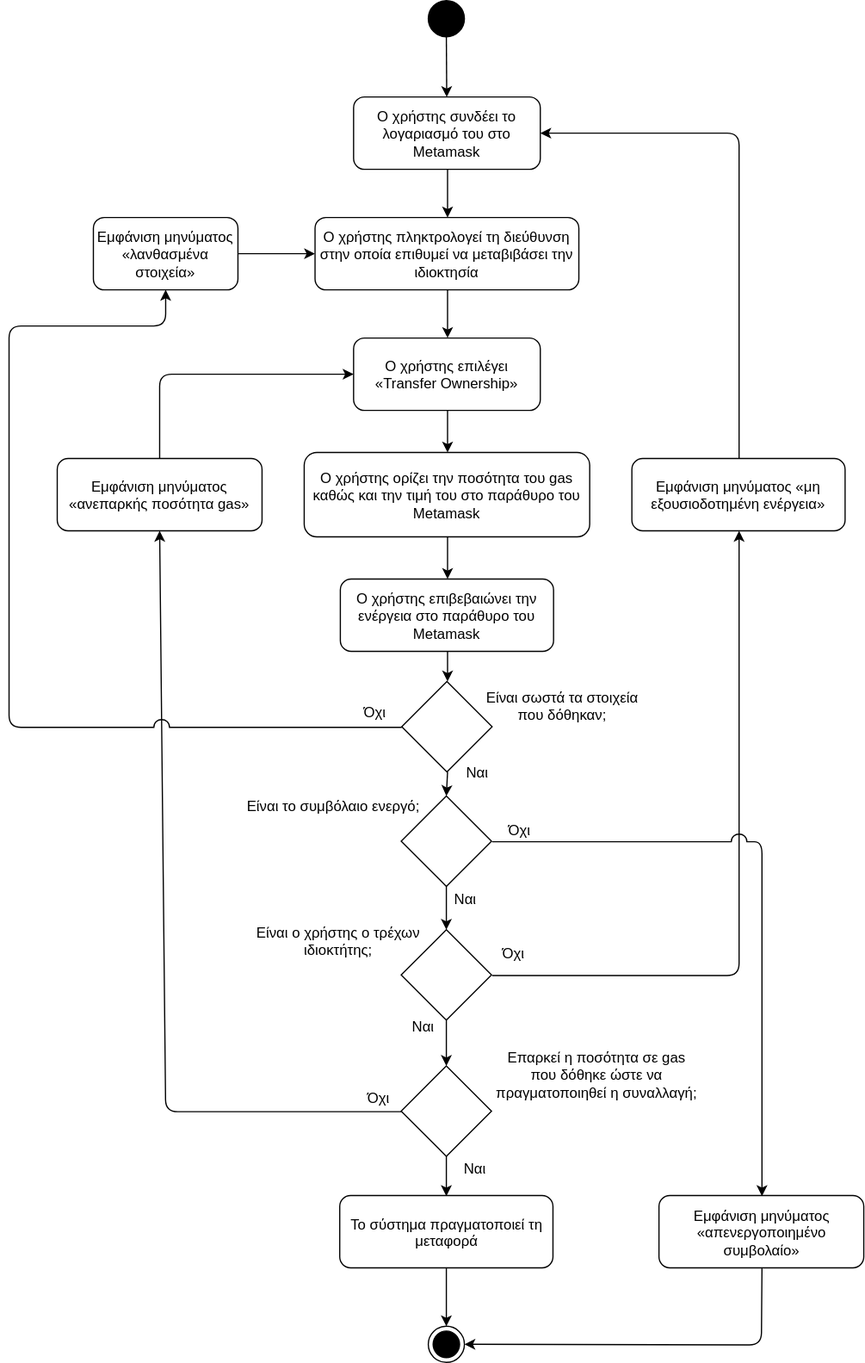
Above: diagrams/TransferOwnership/TransferOwnership.svg in gkamtzir/Ethereum-ICO-Diploma-Thesis (draw.io), before the change. Source tidied: cells renumbered, new cells last; positions are measured from the earlier drawing's top-left corner, leaving out a move shared by most shapes. Its diagram source:
```xml
<mxGraphModel background="#ffffff">
  <root>
    <mxCell id="0" />
    <mxCell id="1" parent="0" />
    <mxCell id="2" style="ellipse;whiteSpace=wrap;html=1;fillColor=#000000;gradientColor=none;" parent="1" vertex="1">
      <mxGeometry x="348" width="30" height="30" as="geometry" />
    </mxCell>
    <mxCell id="3" value="Ο χρήστης συνδέει το λογαριασμό του στο Metamask" style="rounded=1;whiteSpace=wrap;html=1;fillColor=#ffffff;gradientColor=none;" parent="1" vertex="1">
      <mxGeometry x="286" y="80" width="155" height="60" as="geometry" />
    </mxCell>
    <mxCell id="4" value="Ο χρήστης πληκτρολογεί τη διεύθυνση στην οποία επιθυμεί να μεταβιβάσει την ιδιοκτησία" style="rounded=1;whiteSpace=wrap;html=1;fillColor=#ffffff;gradientColor=none;" parent="1" vertex="1">
      <mxGeometry x="254" y="180" width="219" height="60" as="geometry" />
    </mxCell>
    <mxCell id="5" value="Ο χρήστης επιλέγει «Transfer Ownership»" style="rounded=1;whiteSpace=wrap;html=1;fillColor=#ffffff;gradientColor=none;" parent="1" vertex="1">
      <mxGeometry x="286" y="280" width="155" height="60" as="geometry" />
    </mxCell>
    <mxCell id="6" value="Ο χρήστης ορίζει την ποσότητα του gas καθώς και την τιμή του στο παράθυρο του Metamask" style="rounded=1;whiteSpace=wrap;html=1;fillColor=#ffffff;gradientColor=none;" parent="1" vertex="1">
      <mxGeometry x="245" y="375" width="237" height="70" as="geometry" />
    </mxCell>
    <mxCell id="7" value="Ο χρήστης επιβεβαιώνει την ενέργεια στο παράθυρο του Metamask" style="rounded=1;whiteSpace=wrap;html=1;fillColor=#ffffff;gradientColor=none;" parent="1" vertex="1">
      <mxGeometry x="275" y="480" width="177" height="60" as="geometry" />
    </mxCell>
    <mxCell id="8" style="rhombus;whiteSpace=wrap;html=1;" parent="1" vertex="1">
      <mxGeometry x="325.5" y="660" width="75" height="75" as="geometry" />
    </mxCell>
    <mxCell id="9" value="Είναι ο χρήστης ο τρέχων ιδιοκτήτης;" style="text;html=1;strokeColor=none;fillColor=none;align=center;verticalAlign=middle;whiteSpace=wrap;rounded=0;" parent="1" vertex="1">
      <mxGeometry x="184" y="760" width="179" height="40" as="geometry" />
    </mxCell>
    <mxCell id="10" value="Ναι" style="text;html=1;strokeColor=none;fillColor=none;align=center;verticalAlign=middle;whiteSpace=wrap;rounded=0;" parent="1" vertex="1">
      <mxGeometry x="357.5" y="735" width="40" height="20" as="geometry" />
    </mxCell>
    <mxCell id="11" value="Όχι" style="text;html=1;strokeColor=none;fillColor=none;align=center;verticalAlign=middle;whiteSpace=wrap;rounded=0;" parent="1" vertex="1">
      <mxGeometry x="402.5" y="677.5" width="40" height="20" as="geometry" />
    </mxCell>
    <mxCell id="12" style="rhombus;whiteSpace=wrap;html=1;" parent="1" vertex="1">
      <mxGeometry x="325.5" y="884" width="75" height="75" as="geometry" />
    </mxCell>
    <mxCell id="13" value="Επαρκεί η ποσότητα σε gas που δόθηκε ώστε να πραγματοποιηθεί η συναλλαγή;" style="text;html=1;strokeColor=none;fillColor=none;align=center;verticalAlign=middle;whiteSpace=wrap;rounded=0;" parent="1" vertex="1">
      <mxGeometry x="402.5" y="860.5" width="170" height="60" as="geometry" />
    </mxCell>
    <mxCell id="14" value="Ναι" style="text;html=1;strokeColor=none;fillColor=none;align=center;verticalAlign=middle;whiteSpace=wrap;rounded=0;" parent="1" vertex="1">
      <mxGeometry x="365.5" y="959" width="40" height="20" as="geometry" />
    </mxCell>
    <mxCell id="15" value="Όχι" style="text;html=1;strokeColor=none;fillColor=none;align=center;verticalAlign=middle;whiteSpace=wrap;rounded=0;" parent="1" vertex="1">
      <mxGeometry x="285.5" y="900" width="40" height="20" as="geometry" />
    </mxCell>
    <mxCell id="16" style="endArrow=classic;html=1;exitX=0.5;exitY=1;exitDx=0;exitDy=0;" parent="1" edge="1" source="2" target="3">
      <mxGeometry relative="1" as="geometry" />
    </mxCell>
    <mxCell id="17" value="Εμφάνιση μηνύματος «μη εξουσιοδοτημένη ενέργεια»" style="rounded=1;whiteSpace=wrap;html=1;fillColor=#ffffff;gradientColor=none;" parent="1" vertex="1">
      <mxGeometry x="517" y="380" width="177" height="60" as="geometry" />
    </mxCell>
    <mxCell id="18" value="Εμφάνιση μηνύματος «ανεπαρκής ποσότητα gas»" style="rounded=1;whiteSpace=wrap;html=1;" parent="1" vertex="1">
      <mxGeometry x="40" y="380" width="170" height="60" as="geometry" />
    </mxCell>
    <mxCell id="19" style="endArrow=classic;html=1;exitX=0.5;exitY=1;exitDx=0;exitDy=0;entryX=0.5;entryY=0;entryDx=0;entryDy=0;" parent="1" edge="1" source="3" target="4">
      <mxGeometry relative="1" as="geometry" />
    </mxCell>
    <mxCell id="20" style="endArrow=classic;html=1;exitX=0.5;exitY=1;exitDx=0;exitDy=0;entryX=0.5;entryY=0;entryDx=0;entryDy=0;" parent="1" edge="1" source="4" target="5">
      <mxGeometry relative="1" as="geometry" />
    </mxCell>
    <mxCell id="21" style="endArrow=classic;html=1;exitX=0.5;exitY=1;exitDx=0;exitDy=0;entryX=0.5;entryY=0;entryDx=0;entryDy=0;" parent="1" edge="1" source="5" target="6">
      <mxGeometry relative="1" as="geometry" />
    </mxCell>
    <mxCell id="22" style="endArrow=classic;html=1;exitX=0.5;exitY=1;exitDx=0;exitDy=0;entryX=0.5;entryY=0;entryDx=0;entryDy=0;" parent="1" edge="1" source="6" target="7">
      <mxGeometry relative="1" as="geometry" />
    </mxCell>
    <mxCell id="23" style="endArrow=classic;html=1;exitX=0;exitY=0.5;exitDx=0;exitDy=0;entryX=0.5;entryY=1;entryDx=0;entryDy=0;" parent="1" edge="1" source="12" target="18">
      <mxGeometry relative="1" as="geometry">
        <Array as="points">
          <mxPoint x="130" y="922" />
        </Array>
      </mxGeometry>
    </mxCell>
    <mxCell id="24" style="endArrow=classic;html=1;exitX=0.5;exitY=0;exitDx=0;exitDy=0;entryX=0;entryY=0.5;entryDx=0;entryDy=0;" parent="1" edge="1" source="18" target="5">
      <mxGeometry relative="1" as="geometry">
        <Array as="points">
          <mxPoint x="125" y="310" />
        </Array>
      </mxGeometry>
    </mxCell>
    <mxCell id="25" style="endArrow=classic;html=1;exitX=0.5;exitY=1;exitDx=0;exitDy=0;entryX=0.5;entryY=0;entryDx=0;entryDy=0;" parent="1" edge="1" source="8" target="29">
      <mxGeometry relative="1" as="geometry" />
    </mxCell>
    <mxCell id="26" value="Το σύστημα πραγματοποιεί τη μεταφορά" style="rounded=1;whiteSpace=wrap;html=1;fillColor=#ffffff;gradientColor=none;" parent="1" vertex="1">
      <mxGeometry x="274.5" y="991.5" width="177" height="60" as="geometry" />
    </mxCell>
    <mxCell id="27" style="endArrow=classic;html=1;entryX=0.5;entryY=0;entryDx=0;entryDy=0;exitX=0.5;exitY=1;exitDx=0;exitDy=0;" parent="1" edge="1" source="12" target="26">
      <mxGeometry relative="1" as="geometry" />
    </mxCell>
    <mxCell id="28" style="endArrow=classic;html=1;exitX=0.5;exitY=1;exitDx=0;exitDy=0;entryX=0.5;entryY=0;entryDx=0;entryDy=0;" parent="1" edge="1" source="26" target="48">
      <mxGeometry relative="1" as="geometry" />
    </mxCell>
    <mxCell id="29" style="rhombus;whiteSpace=wrap;html=1;" parent="1" vertex="1">
      <mxGeometry x="325.5" y="771" width="75" height="75" as="geometry" />
    </mxCell>
    <mxCell id="30" style="endArrow=classic;html=1;entryX=0.5;entryY=0;entryDx=0;entryDy=0;exitX=0.5;exitY=1;exitDx=0;exitDy=0;" parent="1" edge="1" source="29" target="12">
      <mxGeometry relative="1" as="geometry" />
    </mxCell>
    <mxCell id="31" value="Είναι το συμβόλαιο ενεργό;" style="text;html=1;strokeColor=none;fillColor=none;align=center;verticalAlign=middle;whiteSpace=wrap;rounded=0;" parent="1" vertex="1">
      <mxGeometry x="178.5" y="647.5" width="179" height="40" as="geometry" />
    </mxCell>
    <mxCell id="32" value="Ναι" style="text;html=1;strokeColor=none;fillColor=none;align=center;verticalAlign=middle;whiteSpace=wrap;rounded=0;" parent="1" vertex="1">
      <mxGeometry x="323" y="840.5" width="40" height="20" as="geometry" />
    </mxCell>
    <mxCell id="33" value="Όχι" style="text;html=1;strokeColor=none;fillColor=none;align=center;verticalAlign=middle;whiteSpace=wrap;rounded=0;" parent="1" vertex="1">
      <mxGeometry x="397.5" y="780" width="40" height="20" as="geometry" />
    </mxCell>
    <mxCell id="34" value="Εμφάνιση μηνύματος «απενεργοποιημένο συμβολαίο»" style="rounded=1;whiteSpace=wrap;html=1;" parent="1" vertex="1">
      <mxGeometry x="539.5" y="991.5" width="170" height="60" as="geometry" />
    </mxCell>
    <mxCell id="35" style="endArrow=classic;html=1;exitX=0.5;exitY=0;exitDx=0;exitDy=0;entryX=1;entryY=0.5;entryDx=0;entryDy=0;" parent="1" edge="1" source="17" target="3">
      <mxGeometry relative="1" as="geometry">
        <Array as="points">
          <mxPoint x="606" y="110" />
        </Array>
      </mxGeometry>
    </mxCell>
    <mxCell id="36" style="endArrow=classic;html=1;exitX=0.5;exitY=1;exitDx=0;exitDy=0;entryX=1;entryY=0.5;entryDx=0;entryDy=0;" parent="1" edge="1" source="34" target="48">
      <mxGeometry relative="1" as="geometry">
        <Array as="points">
          <mxPoint x="624.5" y="1115.5" />
        </Array>
      </mxGeometry>
    </mxCell>
    <mxCell id="37" style="endArrow=classic;html=1;entryX=0.5;entryY=1;entryDx=0;entryDy=0;exitX=1;exitY=0.5;exitDx=0;exitDy=0;" parent="1" edge="1" source="29" target="17">
      <mxGeometry relative="1" as="geometry">
        <Array as="points">
          <mxPoint x="606" y="809" />
        </Array>
      </mxGeometry>
    </mxCell>
    <mxCell id="38" style="endArrow=classic;html=1;exitX=1;exitY=0.5;exitDx=0;exitDy=0;entryX=0.5;entryY=0;entryDx=0;entryDy=0;jumpStyle=arc;jumpSize=13;" parent="1" edge="1" source="8" target="34">
      <mxGeometry relative="1" as="geometry">
        <Array as="points">
          <mxPoint x="625" y="698" />
        </Array>
      </mxGeometry>
    </mxCell>
    <mxCell id="39" style="rhombus;whiteSpace=wrap;html=1;fillColor=#ffffff;gradientColor=none;" parent="1" vertex="1">
      <mxGeometry x="326" y="565" width="75" height="75" as="geometry" />
    </mxCell>
    <mxCell id="40" style="endArrow=classic;html=1;exitX=0.5;exitY=1;exitDx=0;exitDy=0;entryX=0.5;entryY=0;entryDx=0;entryDy=0;" parent="1" edge="1" source="7" target="39">
      <mxGeometry relative="1" as="geometry" />
    </mxCell>
    <mxCell id="41" style="endArrow=classic;html=1;exitX=0.5;exitY=1;exitDx=0;exitDy=0;entryX=0.5;entryY=0;entryDx=0;entryDy=0;" parent="1" edge="1" source="39" target="8">
      <mxGeometry relative="1" as="geometry" />
    </mxCell>
    <mxCell id="42" value="Όχι" style="text;html=1;strokeColor=none;fillColor=none;align=center;verticalAlign=middle;whiteSpace=wrap;rounded=0;" parent="1" vertex="1">
      <mxGeometry x="283" y="580" width="40" height="20" as="geometry" />
    </mxCell>
    <mxCell id="43" value="Ναι" style="text;html=1;strokeColor=none;fillColor=none;align=center;verticalAlign=middle;whiteSpace=wrap;rounded=0;" parent="1" vertex="1">
      <mxGeometry x="367.5" y="630" width="40" height="20" as="geometry" />
    </mxCell>
    <mxCell id="44" value="Εμφάνιση μηνύματος «λανθασμένα στοιχεία»" style="rounded=1;whiteSpace=wrap;html=1;" parent="1" vertex="1">
      <mxGeometry x="70" y="180" width="120" height="60" as="geometry" />
    </mxCell>
    <mxCell id="45" style="endArrow=classic;html=1;exitX=0;exitY=0.5;exitDx=0;exitDy=0;entryX=0.5;entryY=1;entryDx=0;entryDy=0;jumpStyle=arc;jumpSize=13;" parent="1" edge="1" source="39" target="44">
      <mxGeometry relative="1" as="geometry">
        <Array as="points">
          <mxPoint y="603" />
          <mxPoint y="270" />
          <mxPoint x="130" y="270" />
        </Array>
      </mxGeometry>
    </mxCell>
    <mxCell id="46" style="endArrow=classic;html=1;exitX=1;exitY=0.5;exitDx=0;exitDy=0;entryX=0;entryY=0.5;entryDx=0;entryDy=0;" parent="1" edge="1" source="44" target="4">
      <mxGeometry relative="1" as="geometry" />
    </mxCell>
    <mxCell id="47" value="Είναι σωστά τα στοιχεία που δόθηκαν;" style="text;html=1;strokeColor=none;fillColor=none;align=center;verticalAlign=middle;whiteSpace=wrap;rounded=0;" parent="1" vertex="1">
      <mxGeometry x="387.5" y="555" width="143" height="60" as="geometry" />
    </mxCell>
    <mxCell id="48" style="ellipse;html=1;shape=endState;fillColor=#000000;strokeColor=#000000;" parent="1" vertex="1">
      <mxGeometry x="348" y="1100" width="30" height="30" as="geometry" />
    </mxCell>
  </root>
</mxGraphModel>
```
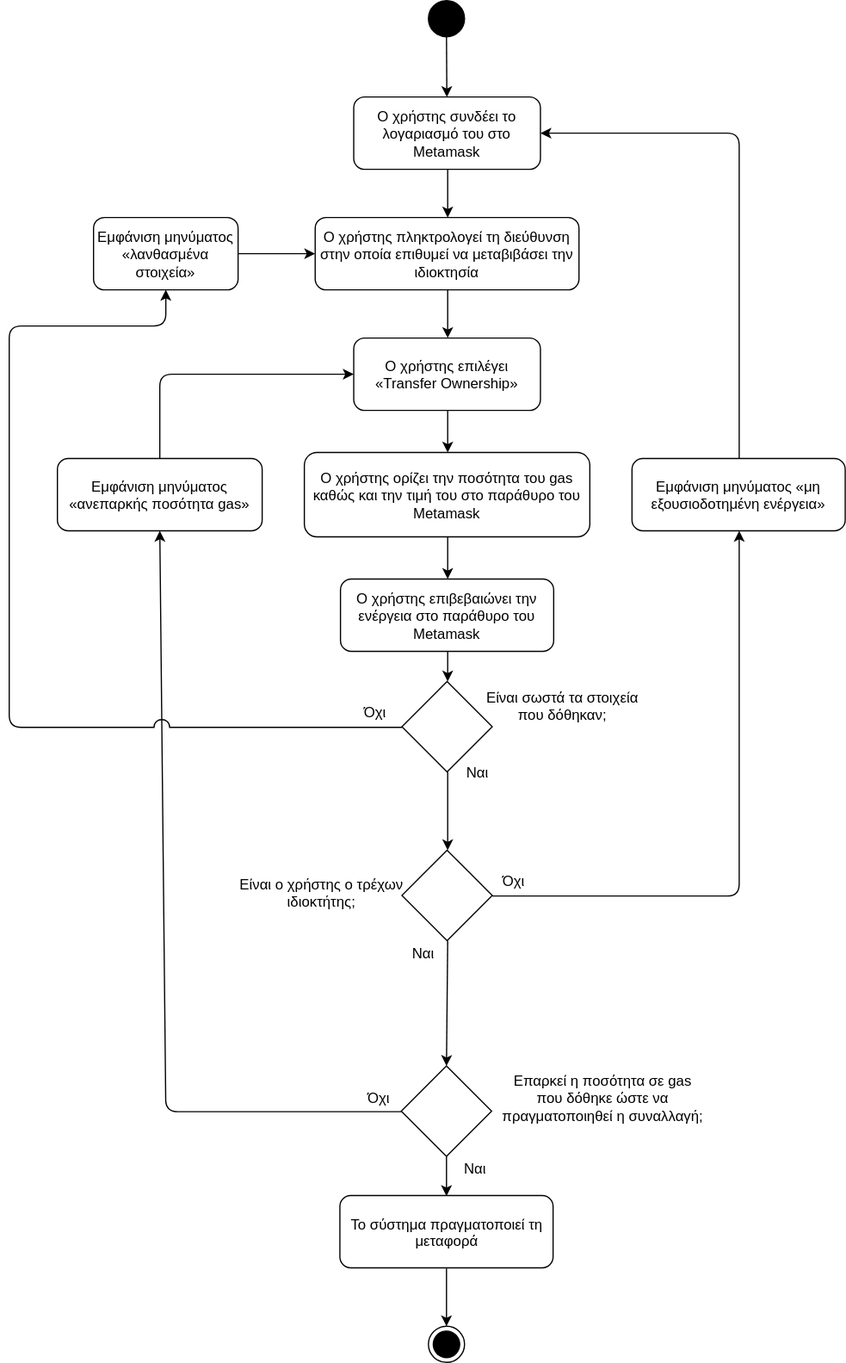
After the commit.

Commit message:
Removed the check for active contract in TransferOwnership flowchart.

What changed in the source:
```diff
@@ -20,23 +20,14 @@
     <mxCell id="7" value="Ο χρήστης επιβεβαιώνει την ενέργεια στο παράθυρο του Metamask" style="rounded=1;whiteSpace=wrap;html=1;fillColor=#ffffff;gradientColor=none;" parent="1" vertex="1">
       <mxGeometry x="275" y="480" width="177" height="60" as="geometry" />
     </mxCell>
-    <mxCell id="8" style="rhombus;whiteSpace=wrap;html=1;" parent="1" vertex="1">
-      <mxGeometry x="325.5" y="660" width="75" height="75" as="geometry" />
-    </mxCell>
     <mxCell id="9" value="Είναι ο χρήστης ο τρέχων ιδιοκτήτης;" style="text;html=1;strokeColor=none;fillColor=none;align=center;verticalAlign=middle;whiteSpace=wrap;rounded=0;" parent="1" vertex="1">
-      <mxGeometry x="184" y="760" width="179" height="40" as="geometry" />
+      <mxGeometry x="170" y="720" width="179" height="40" as="geometry" />
     </mxCell>
-    <mxCell id="10" value="Ναι" style="text;html=1;strokeColor=none;fillColor=none;align=center;verticalAlign=middle;whiteSpace=wrap;rounded=0;" parent="1" vertex="1">
-      <mxGeometry x="357.5" y="735" width="40" height="20" as="geometry" />
-    </mxCell>
-    <mxCell id="11" value="Όχι" style="text;html=1;strokeColor=none;fillColor=none;align=center;verticalAlign=middle;whiteSpace=wrap;rounded=0;" parent="1" vertex="1">
-      <mxGeometry x="402.5" y="677.5" width="40" height="20" as="geometry" />
-    </mxCell>
     <mxCell id="12" style="rhombus;whiteSpace=wrap;html=1;" parent="1" vertex="1">
       <mxGeometry x="325.5" y="884" width="75" height="75" as="geometry" />
     </mxCell>
     <mxCell id="13" value="Επαρκεί η ποσότητα σε gas που δόθηκε ώστε να πραγματοποιηθεί η συναλλαγή;" style="text;html=1;strokeColor=none;fillColor=none;align=center;verticalAlign=middle;whiteSpace=wrap;rounded=0;" parent="1" vertex="1">
-      <mxGeometry x="402.5" y="860.5" width="170" height="60" as="geometry" />
+      <mxGeometry x="407.5" y="880" width="170" height="60" as="geometry" />
     </mxCell>
     <mxCell id="14" value="Ναι" style="text;html=1;strokeColor=none;fillColor=none;align=center;verticalAlign=middle;whiteSpace=wrap;rounded=0;" parent="1" vertex="1">
       <mxGeometry x="365.5" y="959" width="40" height="20" as="geometry" />
@@ -79,9 +70,6 @@
         </Array>
       </mxGeometry>
     </mxCell>
-    <mxCell id="25" style="endArrow=classic;html=1;exitX=0.5;exitY=1;exitDx=0;exitDy=0;entryX=0.5;entryY=0;entryDx=0;entryDy=0;" parent="1" edge="1" source="8" target="29">
-      <mxGeometry relative="1" as="geometry" />
-    </mxCell>
     <mxCell id="26" value="Το σύστημα πραγματοποιεί τη μεταφορά" style="rounded=1;whiteSpace=wrap;html=1;fillColor=#ffffff;gradientColor=none;" parent="1" vertex="1">
       <mxGeometry x="274.5" y="991.5" width="177" height="60" as="geometry" />
     </mxCell>
@@ -92,23 +80,17 @@
       <mxGeometry relative="1" as="geometry" />
     </mxCell>
     <mxCell id="29" style="rhombus;whiteSpace=wrap;html=1;" parent="1" vertex="1">
-      <mxGeometry x="325.5" y="771" width="75" height="75" as="geometry" />
+      <mxGeometry x="326" y="705" width="75" height="75" as="geometry" />
     </mxCell>
     <mxCell id="30" style="endArrow=classic;html=1;entryX=0.5;entryY=0;entryDx=0;entryDy=0;exitX=0.5;exitY=1;exitDx=0;exitDy=0;" parent="1" edge="1" source="29" target="12">
       <mxGeometry relative="1" as="geometry" />
     </mxCell>
-    <mxCell id="31" value="Είναι το συμβόλαιο ενεργό;" style="text;html=1;strokeColor=none;fillColor=none;align=center;verticalAlign=middle;whiteSpace=wrap;rounded=0;" parent="1" vertex="1">
-      <mxGeometry x="178.5" y="647.5" width="179" height="40" as="geometry" />
-    </mxCell>
     <mxCell id="32" value="Ναι" style="text;html=1;strokeColor=none;fillColor=none;align=center;verticalAlign=middle;whiteSpace=wrap;rounded=0;" parent="1" vertex="1">
-      <mxGeometry x="323" y="840.5" width="40" height="20" as="geometry" />
+      <mxGeometry x="323" y="780" width="40" height="20" as="geometry" />
     </mxCell>
     <mxCell id="33" value="Όχι" style="text;html=1;strokeColor=none;fillColor=none;align=center;verticalAlign=middle;whiteSpace=wrap;rounded=0;" parent="1" vertex="1">
-      <mxGeometry x="397.5" y="780" width="40" height="20" as="geometry" />
+      <mxGeometry x="397.5" y="720" width="40" height="20" as="geometry" />
     </mxCell>
-    <mxCell id="34" value="Εμφάνιση μηνύματος «απενεργοποιημένο συμβολαίο»" style="rounded=1;whiteSpace=wrap;html=1;" parent="1" vertex="1">
-      <mxGeometry x="539.5" y="991.5" width="170" height="60" as="geometry" />
-    </mxCell>
     <mxCell id="35" style="endArrow=classic;html=1;exitX=0.5;exitY=0;exitDx=0;exitDy=0;entryX=1;entryY=0.5;entryDx=0;entryDy=0;" parent="1" edge="1" source="17" target="3">
       <mxGeometry relative="1" as="geometry">
         <Array as="points">
@@ -116,34 +98,20 @@
         </Array>
       </mxGeometry>
     </mxCell>
-    <mxCell id="36" style="endArrow=classic;html=1;exitX=0.5;exitY=1;exitDx=0;exitDy=0;entryX=1;entryY=0.5;entryDx=0;entryDy=0;" parent="1" edge="1" source="34" target="48">
-      <mxGeometry relative="1" as="geometry">
-        <Array as="points">
-          <mxPoint x="624.5" y="1115.5" />
-        </Array>
-      </mxGeometry>
-    </mxCell>
     <mxCell id="37" style="endArrow=classic;html=1;entryX=0.5;entryY=1;entryDx=0;entryDy=0;exitX=1;exitY=0.5;exitDx=0;exitDy=0;" parent="1" edge="1" source="29" target="17">
       <mxGeometry relative="1" as="geometry">
         <Array as="points">
-          <mxPoint x="606" y="809" />
+          <mxPoint x="606" y="743" />
         </Array>
       </mxGeometry>
     </mxCell>
-    <mxCell id="38" style="endArrow=classic;html=1;exitX=1;exitY=0.5;exitDx=0;exitDy=0;entryX=0.5;entryY=0;entryDx=0;entryDy=0;jumpStyle=arc;jumpSize=13;" parent="1" edge="1" source="8" target="34">
-      <mxGeometry relative="1" as="geometry">
-        <Array as="points">
-          <mxPoint x="625" y="698" />
-        </Array>
-      </mxGeometry>
-    </mxCell>
     <mxCell id="39" style="rhombus;whiteSpace=wrap;html=1;fillColor=#ffffff;gradientColor=none;" parent="1" vertex="1">
       <mxGeometry x="326" y="565" width="75" height="75" as="geometry" />
     </mxCell>
     <mxCell id="40" style="endArrow=classic;html=1;exitX=0.5;exitY=1;exitDx=0;exitDy=0;entryX=0.5;entryY=0;entryDx=0;entryDy=0;" parent="1" edge="1" source="7" target="39">
       <mxGeometry relative="1" as="geometry" />
     </mxCell>
-    <mxCell id="41" style="endArrow=classic;html=1;exitX=0.5;exitY=1;exitDx=0;exitDy=0;entryX=0.5;entryY=0;entryDx=0;entryDy=0;" parent="1" edge="1" source="39" target="8">
+    <mxCell id="41" style="endArrow=classic;html=1;exitX=0.5;exitY=1;exitDx=0;exitDy=0;entryX=0.5;entryY=0;entryDx=0;entryDy=0;" parent="1" edge="1" source="39" target="29">
       <mxGeometry relative="1" as="geometry" />
     </mxCell>
     <mxCell id="42" value="Όχι" style="text;html=1;strokeColor=none;fillColor=none;align=center;verticalAlign=middle;whiteSpace=wrap;rounded=0;" parent="1" vertex="1">
```
